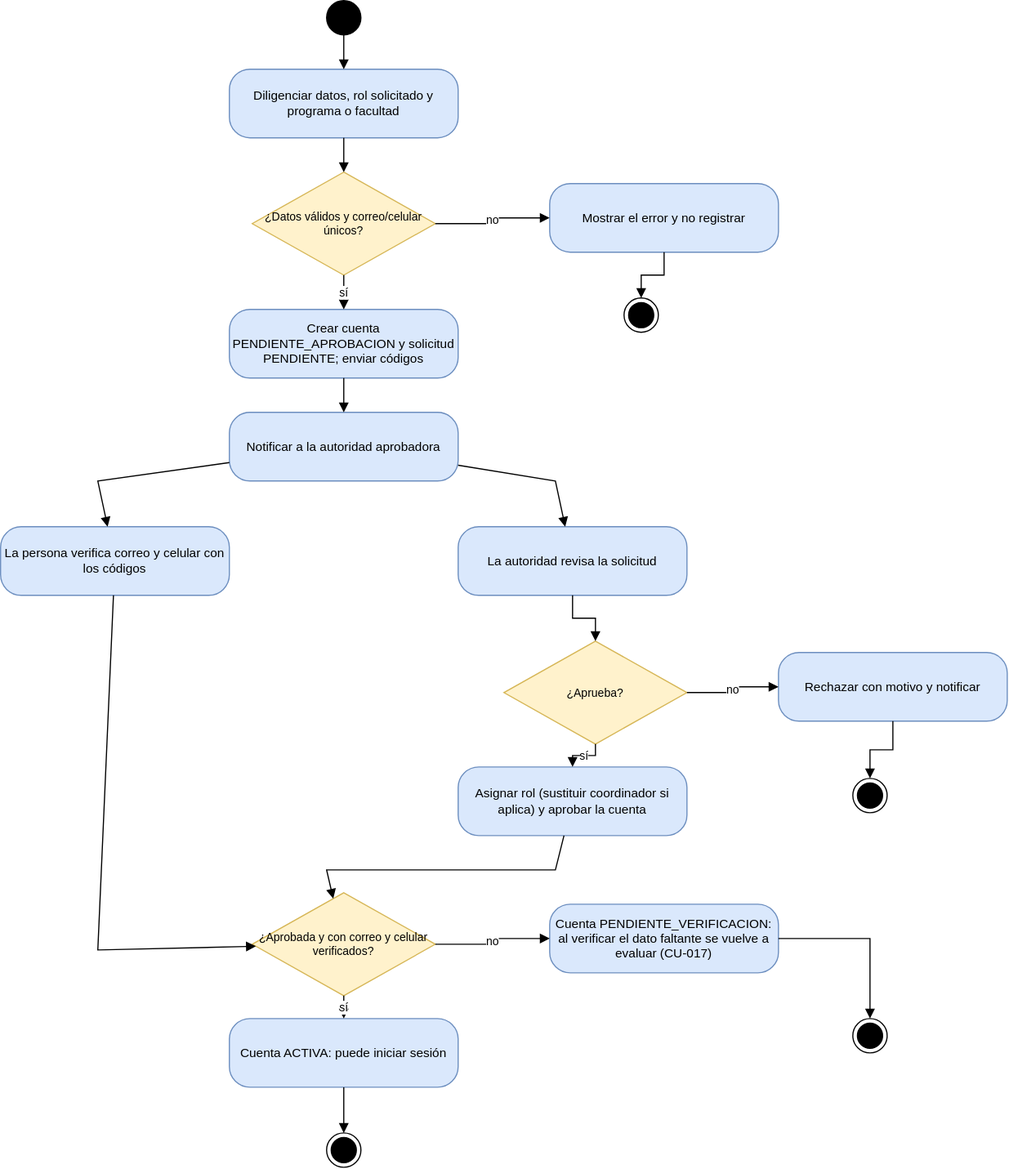
The draw.io diagram documentacion/assets/diagramas/diagramas-actividad-1.svg in JaiderSoto07/kudos-backend, before a commit. Source tidied: cells renumbered, new cells last; positions are measured from the earlier drawing's top-left corner, leaving out a move shared by most shapes.
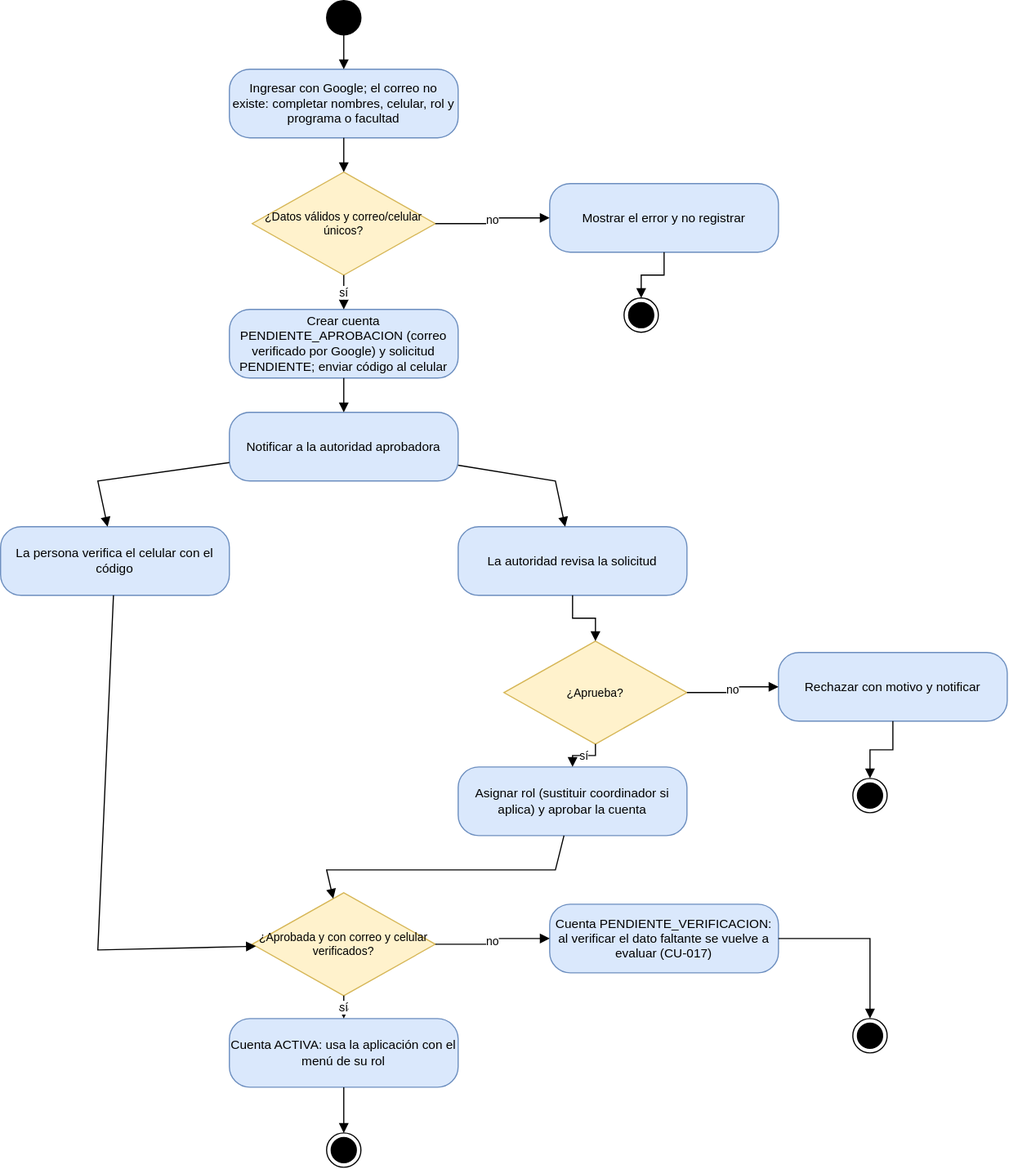
After the change.

Diff of the diagram source:
```diff
@@ -5,7 +5,7 @@
     <mxCell id="2" style="ellipse;fillColor=#000000;strokeColor=#000000;" parent="1" vertex="1">
       <mxGeometry x="285" width="30" height="30" as="geometry" />
     </mxCell>
-    <mxCell id="3" value="Diligenciar datos, rol solicitado y programa o facultad" style="rounded=1;whiteSpace=wrap;html=1;arcSize=30;fillColor=#dae8fc;strokeColor=#6c8ebf;fontSize=11;" parent="1" vertex="1">
+    <mxCell id="3" value="Ingresar con Google; el correo no existe: completar nombres, celular, rol y programa o facultad" style="rounded=1;whiteSpace=wrap;html=1;arcSize=30;fillColor=#dae8fc;strokeColor=#6c8ebf;fontSize=11;" parent="1" vertex="1">
       <mxGeometry x="200" y="60" width="200" height="60" as="geometry" />
     </mxCell>
     <mxCell id="4" value="¿Datos válidos y correo/celular únicos?" style="rhombus;whiteSpace=wrap;html=1;fillColor=#fff2cc;strokeColor=#d6b656;fontSize=10;" parent="1" vertex="1">
@@ -14,13 +14,13 @@
     <mxCell id="5" value="Mostrar el error y no registrar" style="rounded=1;whiteSpace=wrap;html=1;arcSize=30;fillColor=#dae8fc;strokeColor=#6c8ebf;fontSize=11;" parent="1" vertex="1">
       <mxGeometry x="480" y="160" width="200" height="60" as="geometry" />
     </mxCell>
-    <mxCell id="6" value="Crear cuenta PENDIENTE_APROBACION y solicitud PENDIENTE; enviar códigos" style="rounded=1;whiteSpace=wrap;html=1;arcSize=30;fillColor=#dae8fc;strokeColor=#6c8ebf;fontSize=11;" parent="1" vertex="1">
+    <mxCell id="6" value="Crear cuenta PENDIENTE_APROBACION (correo verificado por Google) y solicitud PENDIENTE; enviar código al celular" style="rounded=1;whiteSpace=wrap;html=1;arcSize=30;fillColor=#dae8fc;strokeColor=#6c8ebf;fontSize=11;" parent="1" vertex="1">
       <mxGeometry x="200" y="270" width="200" height="60" as="geometry" />
     </mxCell>
     <mxCell id="7" value="Notificar a la autoridad aprobadora" style="rounded=1;whiteSpace=wrap;html=1;arcSize=30;fillColor=#dae8fc;strokeColor=#6c8ebf;fontSize=11;" parent="1" vertex="1">
       <mxGeometry x="200" y="360" width="200" height="60" as="geometry" />
     </mxCell>
-    <mxCell id="8" value="La persona verifica correo y celular con los códigos" style="rounded=1;whiteSpace=wrap;html=1;arcSize=30;fillColor=#dae8fc;strokeColor=#6c8ebf;fontSize=11;" parent="1" vertex="1">
+    <mxCell id="8" value="La persona verifica el celular con el código" style="rounded=1;whiteSpace=wrap;html=1;arcSize=30;fillColor=#dae8fc;strokeColor=#6c8ebf;fontSize=11;" parent="1" vertex="1">
       <mxGeometry y="460" width="200" height="60" as="geometry" />
     </mxCell>
     <mxCell id="9" value="La autoridad revisa la solicitud" style="rounded=1;whiteSpace=wrap;html=1;arcSize=30;fillColor=#dae8fc;strokeColor=#6c8ebf;fontSize=11;" parent="1" vertex="1">
@@ -38,7 +38,7 @@
     <mxCell id="13" value="¿Aprobada y con correo y celular verificados?" style="rhombus;whiteSpace=wrap;html=1;fillColor=#fff2cc;strokeColor=#d6b656;fontSize=10;" parent="1" vertex="1">
       <mxGeometry x="220" y="780" width="160" height="90" as="geometry" />
     </mxCell>
-    <mxCell id="14" value="Cuenta ACTIVA: puede iniciar sesión" style="rounded=1;whiteSpace=wrap;html=1;arcSize=30;fillColor=#dae8fc;strokeColor=#6c8ebf;fontSize=11;" parent="1" vertex="1">
+    <mxCell id="14" value="Cuenta ACTIVA: usa la aplicación con el menú de su rol" style="rounded=1;whiteSpace=wrap;html=1;arcSize=30;fillColor=#dae8fc;strokeColor=#6c8ebf;fontSize=11;" parent="1" vertex="1">
       <mxGeometry x="200" y="890" width="200" height="60" as="geometry" />
     </mxCell>
     <mxCell id="15" value="Cuenta PENDIENTE_VERIFICACION: al verificar el dato faltante se vuelve a evaluar (CU-017)" style="rounded=1;whiteSpace=wrap;html=1;arcSize=30;fillColor=#dae8fc;strokeColor=#6c8ebf;fontSize=11;" parent="1" vertex="1">
```
